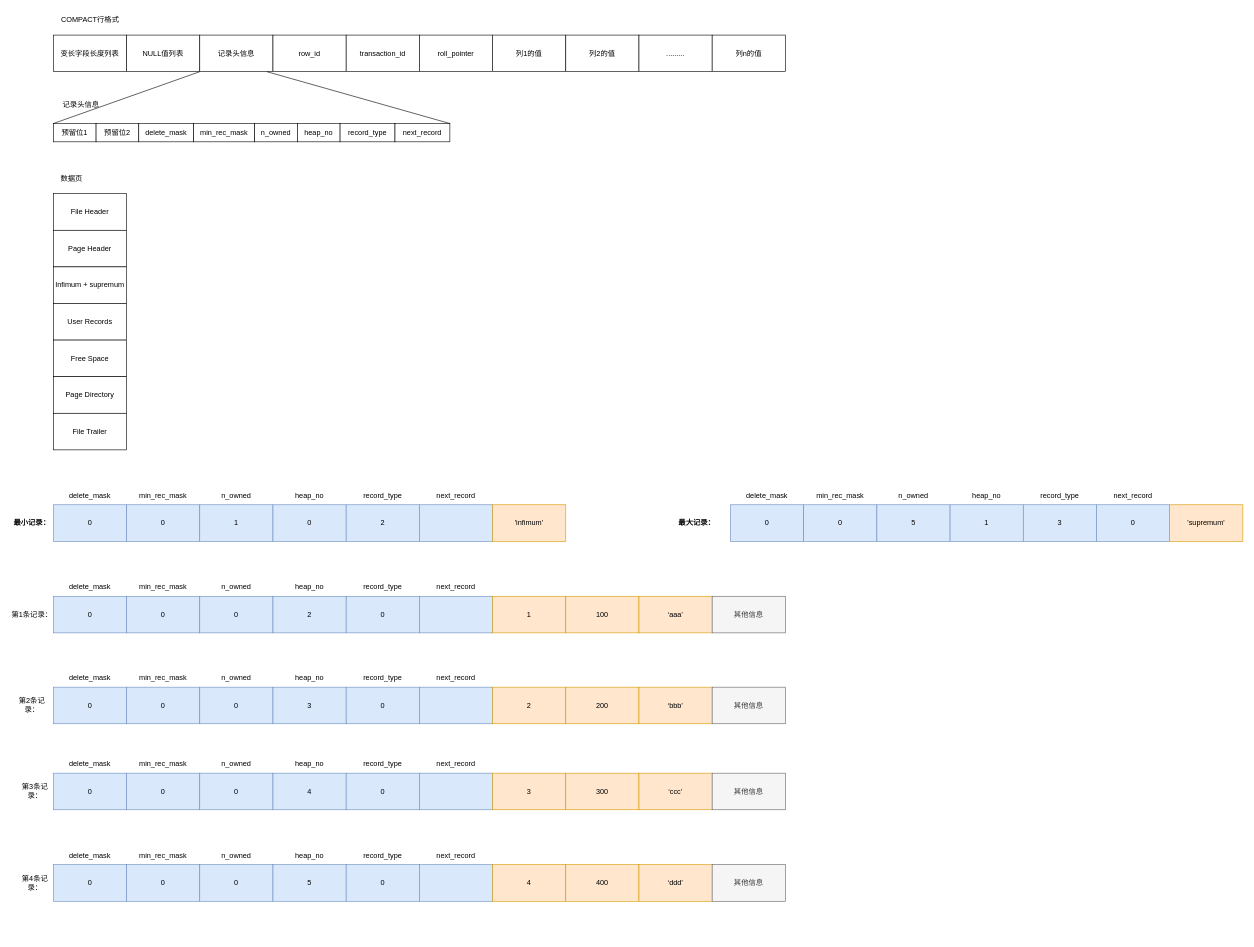
Above: MySQL.drawio in bu0207/picx-images-hosting (draw.io), before the change. Source tidied: cells renumbered, new cells numbered last; positions are measured from the earlier drawing's top-left corner, leaving out a move shared by most shapes. Both pictures are drawn from the tidied source at 61%, with x=0, y=0 at pixel (10, 10).
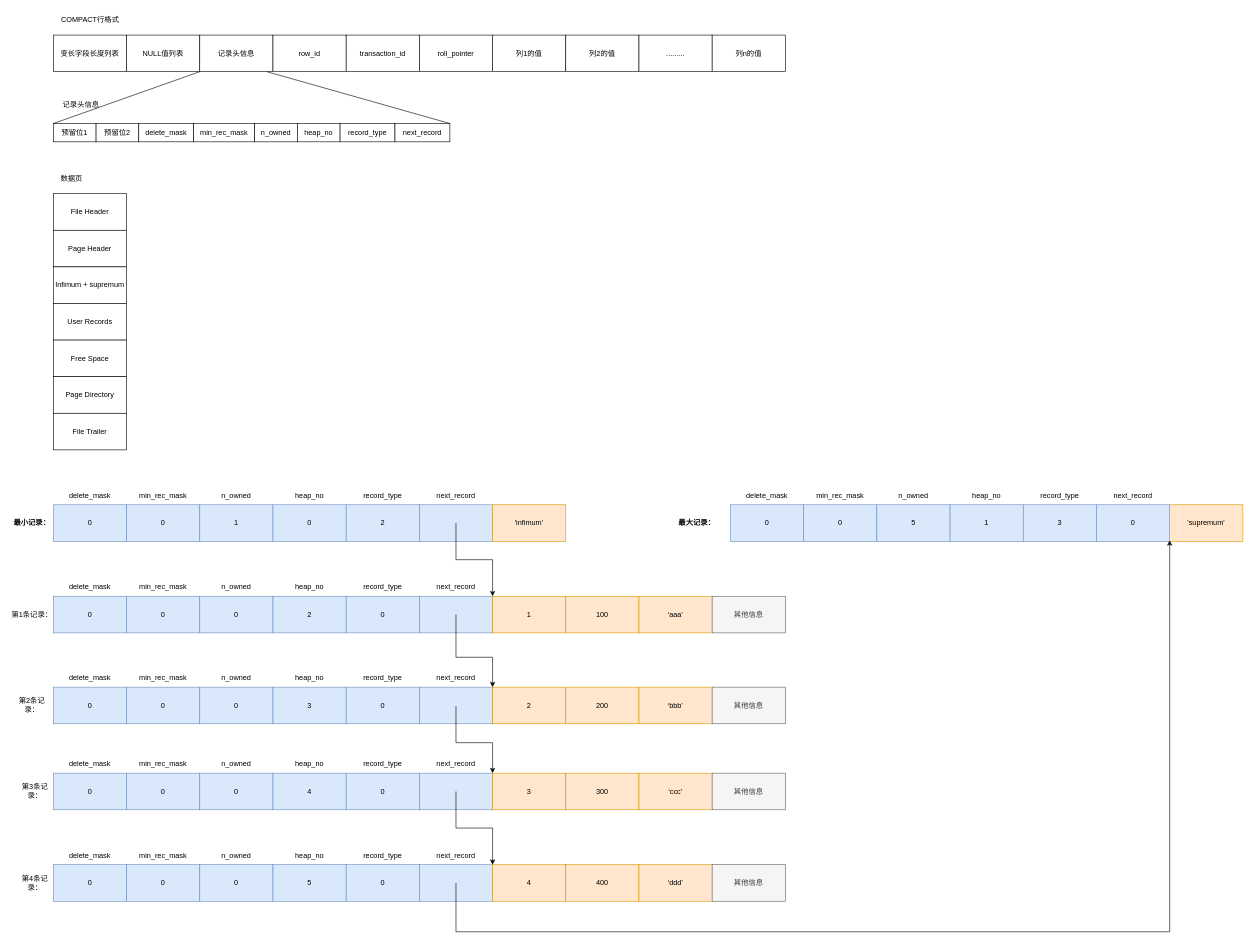
After the change.

Unchanged cells that the change refers to:
```xml
<mxCell id="72" value="1" style="rounded=0;whiteSpace=wrap;html=1;fillColor=#ffe6cc;strokeColor=#d79b00;" parent="1" vertex="1">
  <mxGeometry x="790" y="960" width="120" height="60" as="geometry" />
</mxCell>
<mxCell id="116" value="2" style="rounded=0;whiteSpace=wrap;html=1;fillColor=#ffe6cc;strokeColor=#d79b00;" parent="1" vertex="1">
  <mxGeometry x="790" y="1109" width="120" height="60" as="geometry" />
</mxCell>
<mxCell id="120" value="3" style="rounded=0;whiteSpace=wrap;html=1;fillColor=#ffe6cc;strokeColor=#d79b00;" parent="1" vertex="1">
  <mxGeometry x="790" y="1250" width="120" height="60" as="geometry" />
</mxCell>
```

The edit, as a diff of the source:
```diff
@@
+    <mxCell id="128" style="endArrow=classic;html=1;rounded=0;entryX=0;entryY=0;entryDx=0;entryDy=0;" parent="1" edge="1" target="72">
+      <mxGeometry relative="1" as="geometry">
+        <mxPoint x="730" y="840" as="sourcePoint" />
+        <Array as="points">
+          <mxPoint x="730" y="900" />
+          <mxPoint x="790" y="900" />
+        </Array>
+      </mxGeometry>
+    </mxCell>
+    <mxCell id="129" style="endArrow=classic;html=1;rounded=0;entryX=0;entryY=0;entryDx=0;entryDy=0;" parent="1" edge="1" target="116">
+      <mxGeometry relative="1" as="geometry">
+        <mxPoint x="730" y="990" as="sourcePoint" />
+        <Array as="points">
+          <mxPoint x="730" y="1060" />
+          <mxPoint x="790" y="1060" />
+        </Array>
+      </mxGeometry>
+    </mxCell>
+    <mxCell id="130" style="endArrow=classic;html=1;rounded=0;entryX=0;entryY=0;entryDx=0;entryDy=0;" parent="1" edge="1" target="120">
+      <mxGeometry relative="1" as="geometry">
+        <mxPoint x="730" y="1140" as="sourcePoint" />
+        <Array as="points">
+          <mxPoint x="730" y="1200" />
+          <mxPoint x="790" y="1200" />
+        </Array>
+      </mxGeometry>
+    </mxCell>
+    <mxCell id="131" style="endArrow=classic;html=1;rounded=0;" parent="1" edge="1">
+      <mxGeometry relative="1" as="geometry">
+        <mxPoint x="730" y="1280" as="sourcePoint" />
+        <mxPoint x="790" y="1400" as="targetPoint" />
+        <Array as="points">
+          <mxPoint x="730" y="1340" />
+          <mxPoint x="790" y="1340" />
+        </Array>
+      </mxGeometry>
+    </mxCell>
+    <mxCell id="132" style="endArrow=classic;html=1;rounded=0;" parent="1" edge="1">
+      <mxGeometry relative="1" as="geometry">
+        <mxPoint x="730" y="1430" as="sourcePoint" />
+        <mxPoint x="1900" y="868.4" as="targetPoint" />
+        <Array as="points">
+          <mxPoint x="730" y="1510" />
+          <mxPoint x="1900" y="1510" />
+        </Array>
+      </mxGeometry>
+    </mxCell>
```
